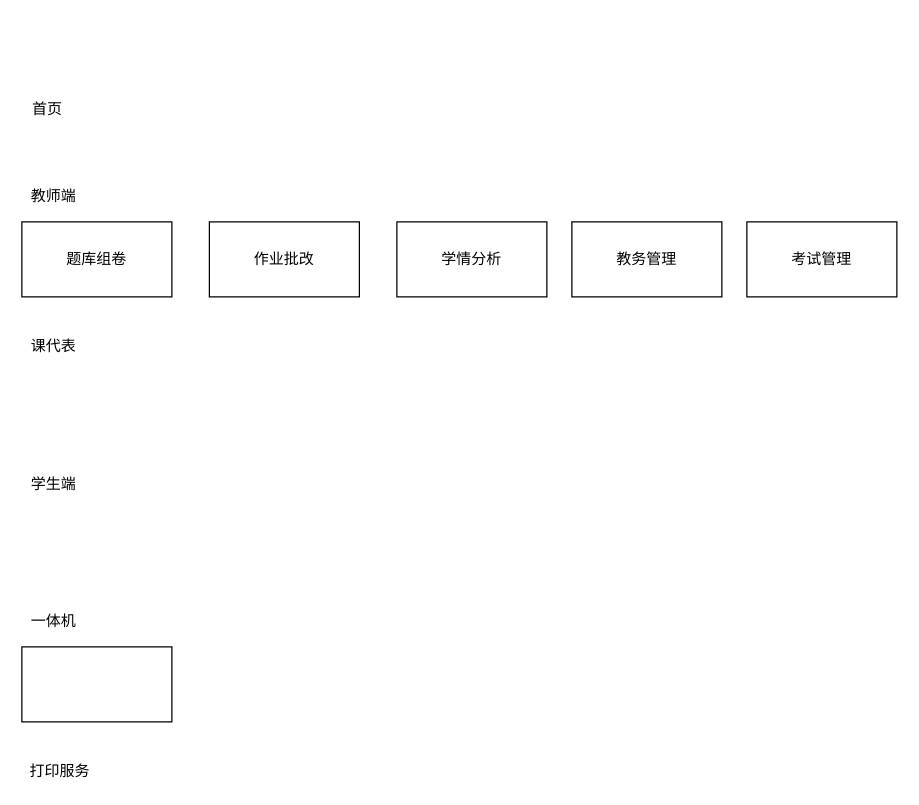
This is page "基本结构" (1 of 2) of 智能作业.drawio from BestStars/diagram, a draw.io file, before an edit. Source tidied: cells renumbered, new cells numbered last; positions are measured from the earlier drawing's top-left corner, leaving out a move shared by most shapes. Both pictures are drawn from the tidied source at 125%, with x=0, y=0 at pixel (21, 96).
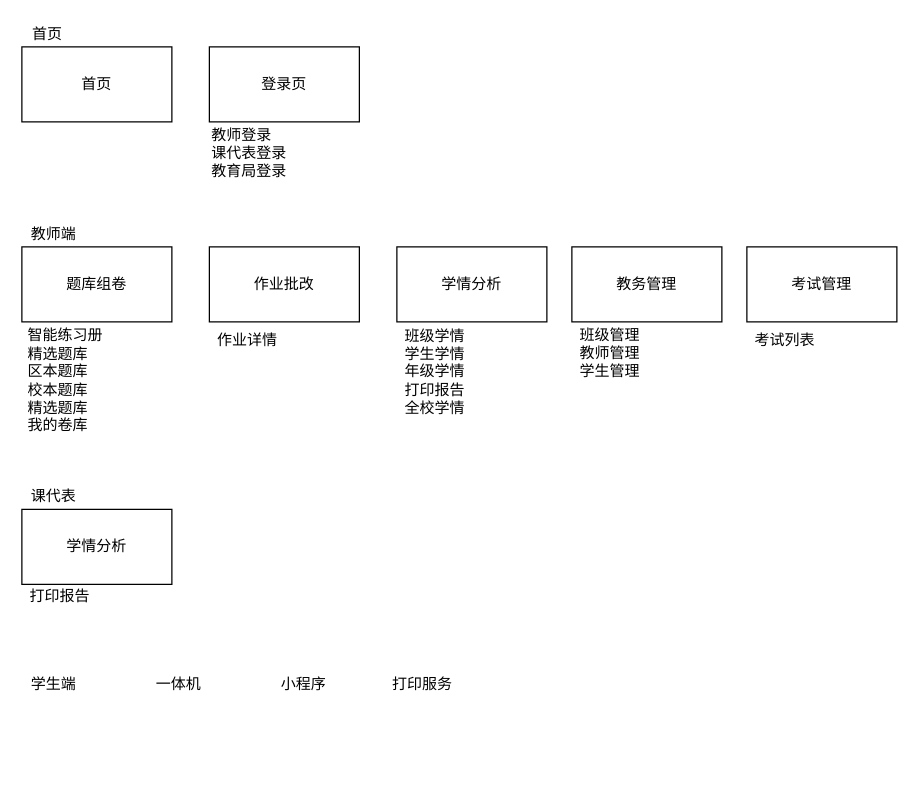
The same page after the edit.

Change to the diagram source:
```diff
@@
     <mxCell id="2" value="题库组卷" style="whiteSpace=wrap;html=1;" parent="1" vertex="1">
-      <mxGeometry y="100" width="120" height="60" as="geometry" />
+      <mxGeometry y="120" width="120" height="60" as="geometry" />
     </mxCell>
     <mxCell id="3" value="作业批改" style="whiteSpace=wrap;html=1;" parent="1" vertex="1">
-      <mxGeometry x="150" y="100" width="120" height="60" as="geometry" />
+      <mxGeometry x="150" y="120" width="120" height="60" as="geometry" />
     </mxCell>
     <mxCell id="4" value="学情分析" style="whiteSpace=wrap;html=1;" parent="1" vertex="1">
-      <mxGeometry x="300" y="100" width="120" height="60" as="geometry" />
+      <mxGeometry x="300" y="120" width="120" height="60" as="geometry" />
     </mxCell>
     <mxCell id="5" value="教务管理" style="whiteSpace=wrap;html=1;" parent="1" vertex="1">
-      <mxGeometry x="440" y="100" width="120" height="60" as="geometry" />
+      <mxGeometry x="440" y="120" width="120" height="60" as="geometry" />
     </mxCell>
     <mxCell id="6" value="考试管理" style="whiteSpace=wrap;html=1;" parent="1" vertex="1">
-      <mxGeometry x="580" y="100" width="120" height="60" as="geometry" />
+      <mxGeometry x="580" y="120" width="120" height="60" as="geometry" />
     </mxCell>
     <mxCell id="7" value="教师端" style="text;html=1;align=center;verticalAlign=middle;strokeColor=none;fillColor=none;" parent="1" vertex="1">
-      <mxGeometry y="70" width="50" height="20" as="geometry" />
+      <mxGeometry y="100" width="50" height="20" as="geometry" />
     </mxCell>
-    <mxCell id="8" style="whiteSpace=wrap;html=1;" parent="1" vertex="1">
-      <mxGeometry y="440" width="120" height="60" as="geometry" />
-    </mxCell>
     <mxCell id="9" value="一体机" style="text;html=1;align=center;verticalAlign=middle;strokeColor=none;fillColor=none;" parent="1" vertex="1">
-      <mxGeometry y="410" width="50" height="20" as="geometry" />
+      <mxGeometry x="100" y="460" width="50" height="20" as="geometry" />
     </mxCell>
     <mxCell id="10" value="打印服务" style="text;html=1;align=center;verticalAlign=middle;strokeColor=none;fillColor=none;" parent="1" vertex="1">
-      <mxGeometry y="530" width="60" height="20" as="geometry" />
+      <mxGeometry x="290" y="460" width="60" height="20" as="geometry" />
     </mxCell>
     <mxCell id="11" value="课代表" style="text;html=1;align=center;verticalAlign=middle;strokeColor=none;fillColor=none;" parent="1" vertex="1">
-      <mxGeometry y="190" width="50" height="20" as="geometry" />
+      <mxGeometry y="310" width="50" height="20" as="geometry" />
     </mxCell>
     <mxCell id="12" value="学生端" style="text;html=1;align=center;verticalAlign=middle;strokeColor=none;fillColor=none;" parent="1" vertex="1">
-      <mxGeometry y="300" width="50" height="20" as="geometry" />
+      <mxGeometry y="460" width="50" height="20" as="geometry" />
     </mxCell>
     <mxCell id="13" value="首页" style="text;html=1;align=center;verticalAlign=middle;strokeColor=none;fillColor=none;" parent="1" vertex="1">
-      <mxGeometry width="40" height="20" as="geometry" />
+      <mxGeometry y="-60" width="40" height="20" as="geometry" />
     </mxCell>
+    <mxCell id="14" value="&lt;br&gt;智能练习册&lt;br&gt;精选题库&lt;br&gt;区本题库&lt;br&gt;校本题库&lt;br&gt;精选题库&lt;br&gt;我的卷库" style="text;html=1;strokeColor=none;fillColor=none;spacing=5;spacingTop=-20;whiteSpace=wrap;overflow=hidden;rounded=0;" parent="1" vertex="1">
+      <mxGeometry y="180" width="120" height="90" as="geometry" />
+    </mxCell>
+    <mxCell id="15" value="&lt;span style=&quot;text-align: left&quot;&gt;作业详情&lt;br&gt;&lt;/span&gt;" style="text;html=1;align=center;verticalAlign=middle;strokeColor=none;fillColor=none;" parent="1" vertex="1">
+      <mxGeometry x="150" y="185" width="60" height="20" as="geometry" />
+    </mxCell>
+    <mxCell id="16" value="班级学情&lt;br&gt;学生学情&lt;br&gt;年级学情&lt;br&gt;打印报告&lt;br&gt;全校学情&lt;br&gt;" style="text;html=1;align=center;verticalAlign=middle;strokeColor=none;fillColor=none;" parent="1" vertex="1">
+      <mxGeometry x="300" y="180" width="60" height="80" as="geometry" />
+    </mxCell>
+    <mxCell id="17" value="班级管理&lt;br&gt;教师管理&lt;br&gt;学生管理&lt;br&gt;" style="text;html=1;align=center;verticalAlign=middle;strokeColor=none;fillColor=none;" parent="1" vertex="1">
+      <mxGeometry x="440" y="180" width="60" height="50" as="geometry" />
+    </mxCell>
+    <mxCell id="18" value="考试列表" style="text;html=1;align=center;verticalAlign=middle;strokeColor=none;fillColor=none;" parent="1" vertex="1">
+      <mxGeometry x="580" y="185" width="60" height="20" as="geometry" />
+    </mxCell>
+    <mxCell id="19" value="学情分析" style="whiteSpace=wrap;html=1;" parent="1" vertex="1">
+      <mxGeometry y="330" width="120" height="60" as="geometry" />
+    </mxCell>
+    <mxCell id="20" value="打印报告" style="text;html=1;align=center;verticalAlign=middle;strokeColor=none;fillColor=none;" parent="1" vertex="1">
+      <mxGeometry y="390" width="60" height="20" as="geometry" />
+    </mxCell>
+    <mxCell id="21" value="小程序" style="text;html=1;align=center;verticalAlign=middle;strokeColor=none;fillColor=none;" parent="1" vertex="1">
+      <mxGeometry x="200" y="460" width="50" height="20" as="geometry" />
+    </mxCell>
+    <mxCell id="22" value="首页" style="whiteSpace=wrap;html=1;" parent="1" vertex="1">
+      <mxGeometry y="-40" width="120" height="60" as="geometry" />
+    </mxCell>
+    <mxCell id="23" value="登录页" style="whiteSpace=wrap;html=1;" parent="1" vertex="1">
+      <mxGeometry x="150" y="-40" width="120" height="60" as="geometry" />
+    </mxCell>
+    <mxCell id="24" value="教师登录&lt;br&gt;课代表登录&lt;br&gt;教育局登录" style="text;html=1;align=left;verticalAlign=middle;strokeColor=none;fillColor=none;" parent="1" vertex="1">
+      <mxGeometry x="150" y="20" width="80" height="50" as="geometry" />
+    </mxCell>
```
